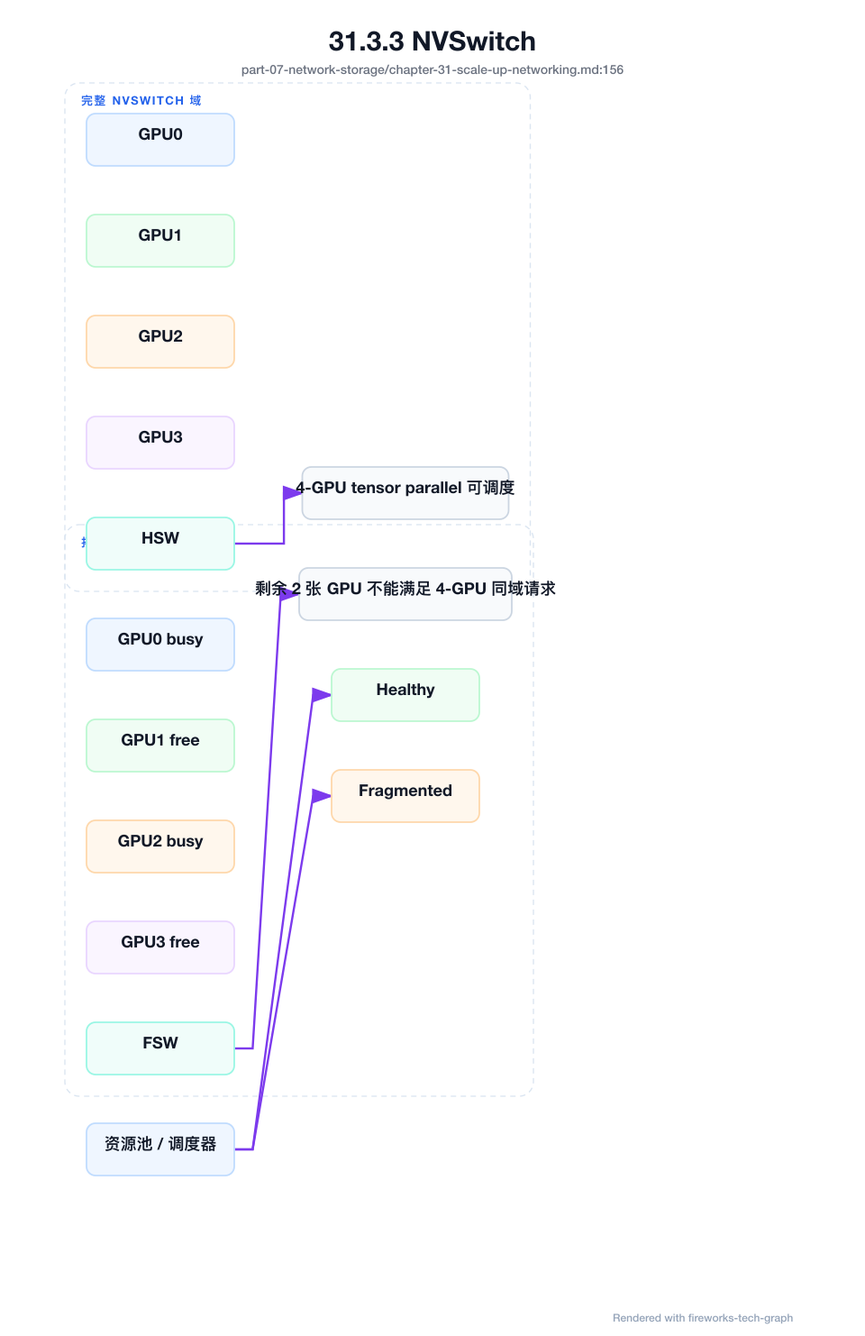
This is docs/assets/diagrams/part-07-network-storage-chapter-31-scale-up-networking-02.png from ikingye/ai-factory-engineering, a Mermaid export, as it was before one commit. Its source is kept beside it as docs/assets/diagrams/sources/part-07-network-storage-chapter-31-scale-up-networking-02.mmd. The source it was exported from:
```mermaid
flowchart LR
  subgraph Healthy["完整 NVSwitch 域"]
    H0["GPU0"] --- HSW["NVSwitch"]
    H1["GPU1"] --- HSW
    H2["GPU2"] --- HSW
    H3["GPU3"] --- HSW
    HSW --> HT["4-GPU tensor parallel 可调度"]
  end

  subgraph Fragmented["拓扑碎片"]
    F0["GPU0 busy"] --- FSW["NVSwitch"]
    F1["GPU1 free"] --- FSW
    F2["GPU2 busy"] --- FSW
    F3["GPU3 free"] --- FSW
    FSW --> FT["剩余 2 张 GPU 不能满足 4-GPU 同域请求"]
  end

  Scheduler["资源池 / 调度器"] --> Healthy
  Scheduler --> Fragmented
```
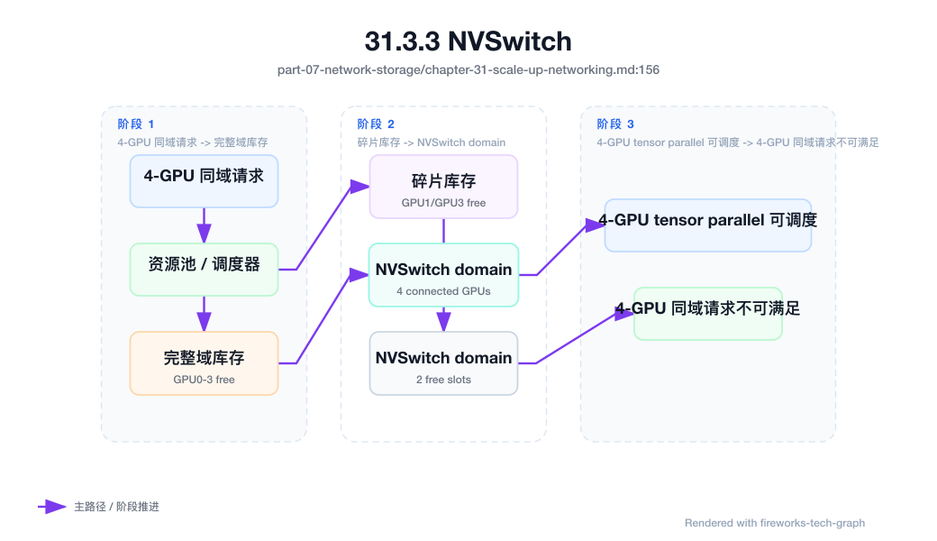
After the change.

What changed in the source:
```diff
@@ -1,19 +1,8 @@
-flowchart LR
-  subgraph Healthy["完整 NVSwitch 域"]
-    H0["GPU0"] --- HSW["NVSwitch"]
-    H1["GPU1"] --- HSW
-    H2["GPU2"] --- HSW
-    H3["GPU3"] --- HSW
-    HSW --> HT["4-GPU tensor parallel 可调度"]
-  end
-
-  subgraph Fragmented["拓扑碎片"]
-    F0["GPU0 busy"] --- FSW["NVSwitch"]
-    F1["GPU1 free"] --- FSW
-    F2["GPU2 busy"] --- FSW
-    F3["GPU3 free"] --- FSW
-    FSW --> FT["剩余 2 张 GPU 不能满足 4-GPU 同域请求"]
-  end
-
-  Scheduler["资源池 / 调度器"] --> Healthy
-  Scheduler --> Fragmented
+flowchart TB
+  Request["4-GPU 同域请求"] --> Scheduler["资源池 / 调度器"]
+  Scheduler --> HealthyStock["完整域库存\nGPU0-3 free"]
+  Scheduler --> FragmentStock["碎片库存\nGPU1/GPU3 free"]
+  HealthyStock --> HSW["NVSwitch domain\n4 connected GPUs"]
+  FragmentStock --> FSW["NVSwitch domain\n2 free slots"]
+  HSW --> HT["4-GPU tensor parallel 可调度"]
+  FSW --> FT["4-GPU 同域请求不可满足"]
```
